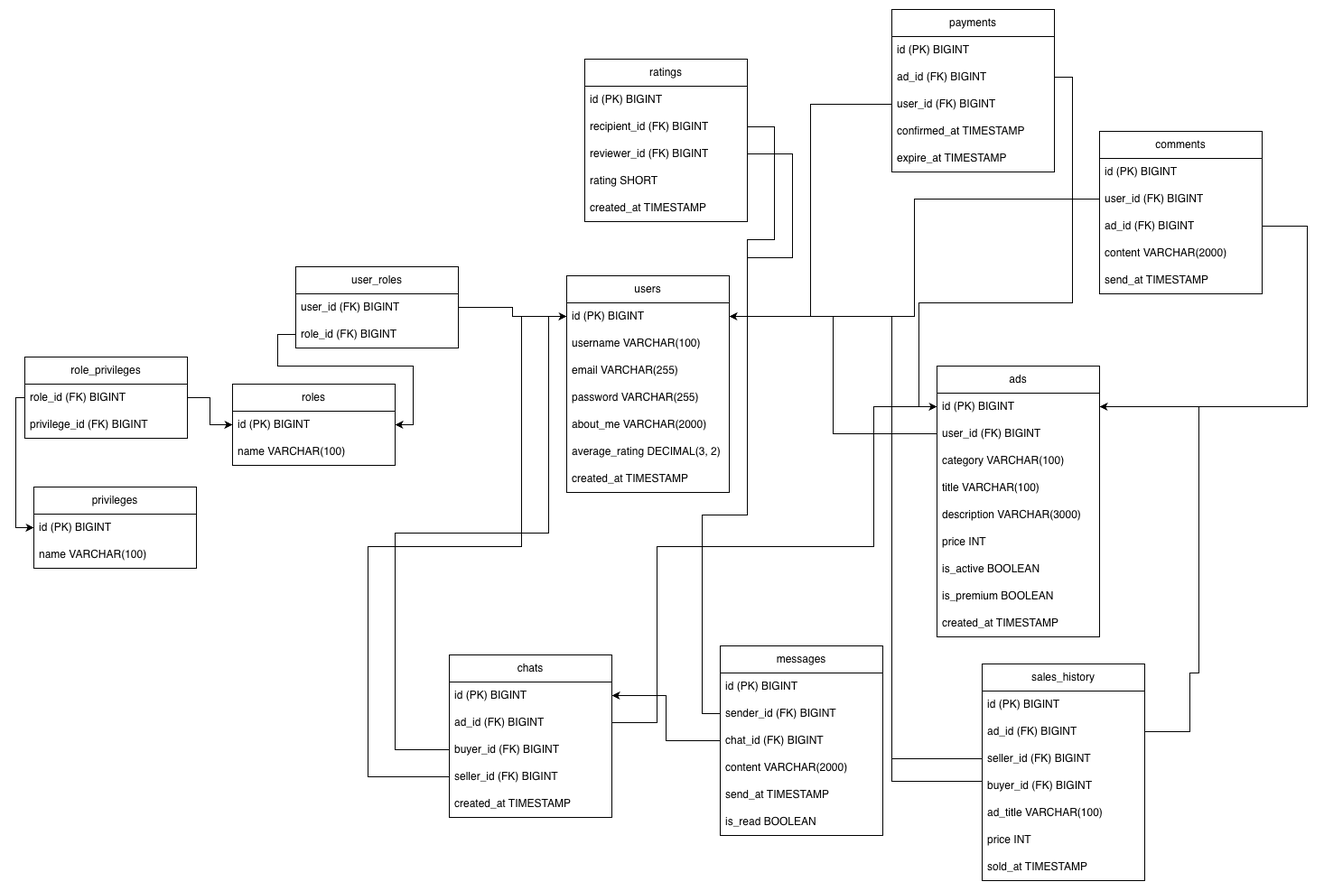
This is PersonalAdsSystem/docs/PersonalAdsSystemERD.png from Captain-Skull/Senla-course, a draw.io export, as it was before one commit. Source tidied: cells renumbered, new cells last; positions are measured from the earlier drawing's top-left corner, leaving out a move shared by most shapes.
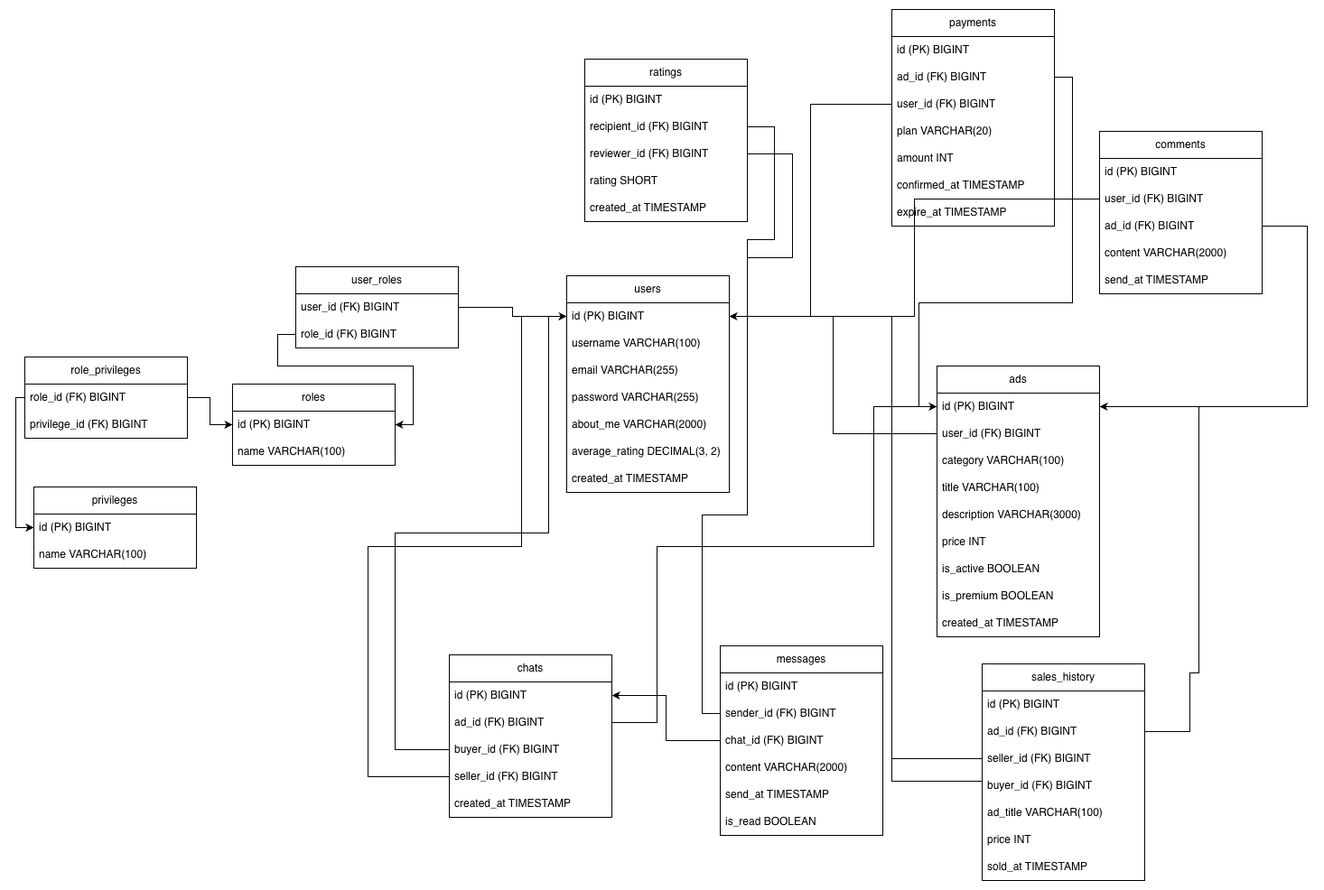
The same diagram one commit later.

Diff of the diagram source:
```diff
@@ -150,7 +150,7 @@
       <mxGeometry y="150" width="180" height="30" as="geometry" />
     </mxCell>
     <mxCell id="51" value="payments" style="swimlane;fontStyle=0;horizontal=1;startSize=30;whiteSpace=wrap;html=1;" parent="1" vertex="1">
-      <mxGeometry x="970" width="180" height="180" as="geometry" />
+      <mxGeometry x="970" width="180" height="240" as="geometry" />
     </mxCell>
     <mxCell id="52" value="id (PK) BIGINT" style="text;strokeColor=none;fillColor=none;align=left;verticalAlign=middle;spacingLeft=4;spacingRight=4;overflow=hidden;whiteSpace=wrap;html=1;" parent="51" vertex="1">
       <mxGeometry y="30" width="180" height="30" as="geometry" />
@@ -161,11 +161,17 @@
     <mxCell id="54" value="user_id (FK) BIGINT" style="text;strokeColor=none;fillColor=none;align=left;verticalAlign=middle;spacingLeft=4;spacingRight=4;overflow=hidden;points=[[0,0.5],[1,0.5]];portConstraint=eastwest;whiteSpace=wrap;html=1;" parent="51" vertex="1">
       <mxGeometry y="90" width="180" height="30" as="geometry" />
     </mxCell>
+    <mxCell id="90" value="plan VARCHAR(20)" style="text;strokeColor=none;fillColor=none;align=left;verticalAlign=middle;spacingLeft=4;spacingRight=4;overflow=hidden;whiteSpace=wrap;html=1;" parent="51" vertex="1">
+      <mxGeometry y="120" width="180" height="30" as="geometry" />
+    </mxCell>
+    <mxCell id="91" value="amount INT" style="text;strokeColor=none;fillColor=none;align=left;verticalAlign=middle;spacingLeft=4;spacingRight=4;overflow=hidden;whiteSpace=wrap;html=1;" parent="51" vertex="1">
+      <mxGeometry y="150" width="180" height="30" as="geometry" />
+    </mxCell>
     <mxCell id="55" value="confirmed_at TIMESTAMP" style="text;strokeColor=none;fillColor=none;align=left;verticalAlign=middle;spacingLeft=4;spacingRight=4;overflow=hidden;whiteSpace=wrap;html=1;" parent="51" vertex="1">
-      <mxGeometry y="120" width="180" height="30" as="geometry" />
+      <mxGeometry y="180" width="180" height="30" as="geometry" />
     </mxCell>
     <mxCell id="56" value="expire_at TIMESTAMP" style="text;strokeColor=none;fillColor=none;align=left;verticalAlign=middle;spacingLeft=4;spacingRight=4;overflow=hidden;whiteSpace=wrap;html=1;" parent="51" vertex="1">
-      <mxGeometry y="150" width="180" height="30" as="geometry" />
+      <mxGeometry y="210" width="180" height="30" as="geometry" />
     </mxCell>
     <mxCell id="57" value="ratings" style="swimlane;fontStyle=0;horizontal=1;startSize=30;whiteSpace=wrap;html=1;" parent="1" vertex="1">
       <mxGeometry x="630" y="55" width="180" height="180" as="geometry" />
```
